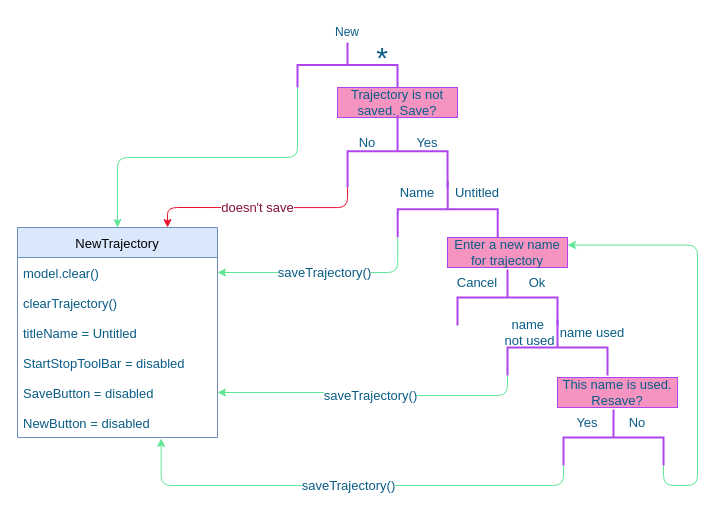
Earlier version of the draw.io diagram NewSaveOpen.drawio (ponBulat/dia). Source tidied: cells renumbered, new cells numbered last; positions are measured from the earlier drawing's top-left corner, leaving out a move shared by most shapes. Both pictures are drawn from the tidied source at 100%, with x=0, y=0 at pixel (17, 15).
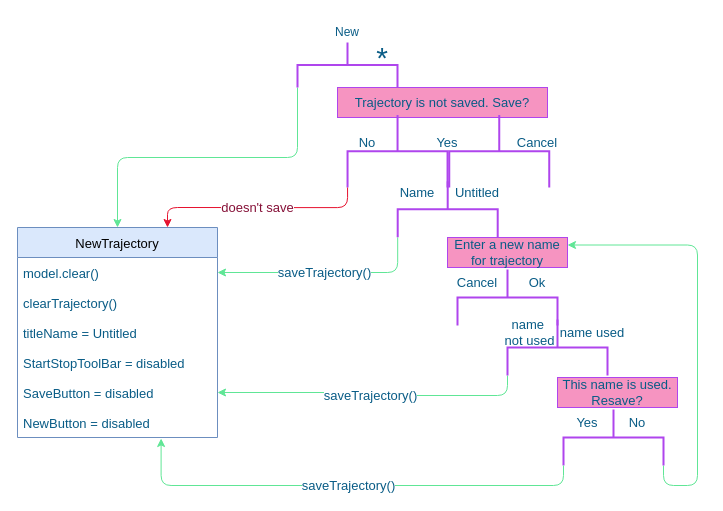
After the change.

Diff of the diagram source:
```diff
@@
     <mxCell id="6" value="Trajectory is not saved. Save?" style="rounded=0;whiteSpace=wrap;html=1;sketch=0;fontSize=13;fontColor=#095C86;strokeColor=#AF45ED;fillColor=#F694C1;" parent="1" vertex="1">
-      <mxGeometry x="320" y="72" width="120" height="30" as="geometry" />
+      <mxGeometry x="320" y="72" width="210" height="30" as="geometry" />
     </mxCell>
@@
     <mxCell id="8" value="Yes" style="text;html=1;strokeColor=none;fillColor=none;align=center;verticalAlign=middle;whiteSpace=wrap;rounded=0;sketch=0;fontSize=13;fontColor=#095C86;" parent="1" vertex="1">
-      <mxGeometry x="380" y="112" width="60" height="30" as="geometry" />
+      <mxGeometry x="400.2" y="112" width="60" height="30" as="geometry" />
     </mxCell>
@@
+    <mxCell id="36" style="strokeWidth=2;html=1;shape=mxgraph.flowchart.annotation_2;align=left;labelPosition=right;rotation=90;fillColor=#F694C1;strokeColor=#AF45ED;fontColor=#095C86;" parent="1" vertex="1">
+      <mxGeometry x="445.5" y="85.8" width="72.5" height="100" as="geometry" />
+    </mxCell>
+    <mxCell id="37" value="Cancel" style="text;html=1;strokeColor=none;fillColor=none;align=center;verticalAlign=middle;whiteSpace=wrap;rounded=0;sketch=0;fontSize=13;fontColor=#095C86;" parent="1" vertex="1">
+      <mxGeometry x="490" y="112" width="60" height="30" as="geometry" />
+    </mxCell>
```
